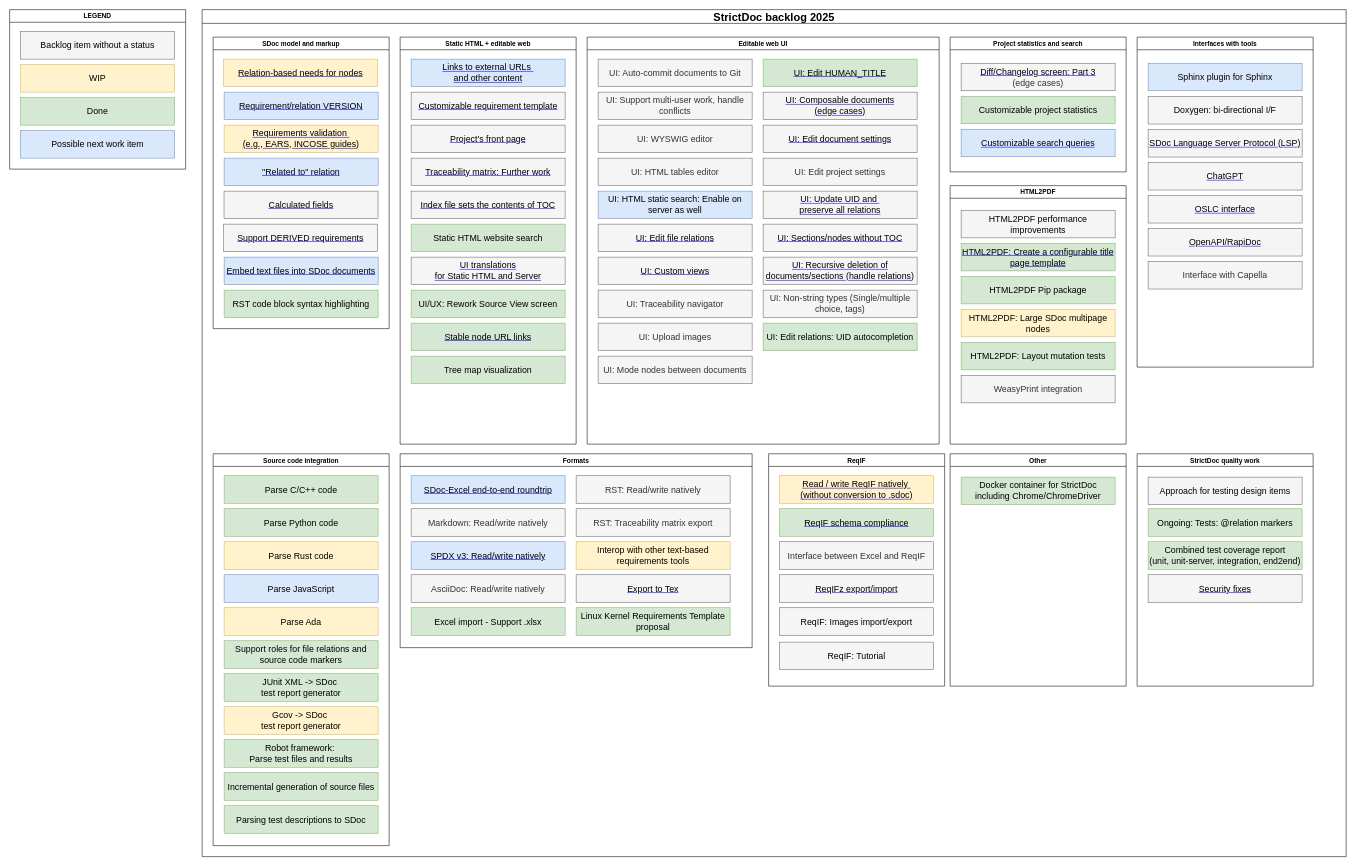
This is developer/drawio/Backlog.drawio from strictdoc-project/strictdoc, a draw.io file, before an edit. Source tidied: cells renumbered, new cells numbered last; positions are measured from the earlier drawing's top-left corner, leaving out a move shared by most shapes. Both pictures are drawn from the tidied source at 55%, with x=0, y=0 at pixel (9, 9).
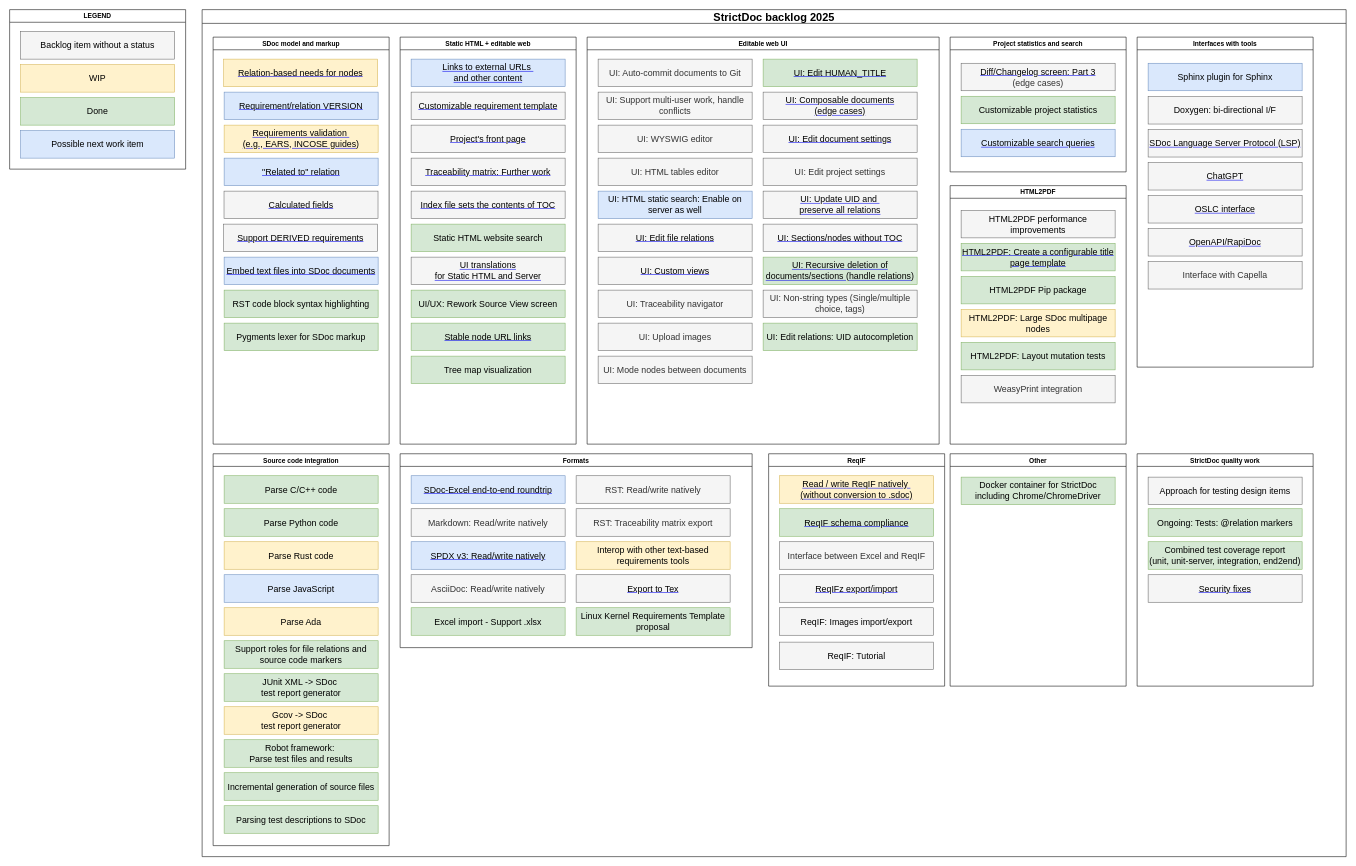
After the change.

The change refers to these unchanged cells:
```xml
<mxCell id="2" value="StrictDoc backlog 2025" style="swimlane;swimlaneFillColor=default;fontSize=20;startSize=25;" parent="1" vertex="1">
  <mxGeometry x="350" width="2080" height="1540" as="geometry" />
</mxCell>
<mxCell id="29" value="Editable web UI" style="swimlane;" parent="2" vertex="1">
  <mxGeometry x="700" y="50" width="640" height="740" as="geometry" />
</mxCell>
<mxCell id="68" value="Static HTML + editable web" style="swimlane;" parent="2" vertex="1">
  <mxGeometry x="360" y="50" width="320" height="740" as="geometry" />
</mxCell>
```

Change to the diagram source:
```diff
@@
     <mxCell id="21" value="SDoc model and markup" style="swimlane;" parent="2" vertex="1">
-      <mxGeometry x="20" y="50" width="320" height="530" as="geometry" />
+      <mxGeometry x="20" y="50" width="320" height="740" as="geometry" />
     </mxCell>
@@
-    <mxCell id="45" value="&lt;a href=&quot;https://github.com/strictdoc-project/strictdoc/issues/1001&quot;&gt;&lt;font style=&quot;color: rgb(0, 0, 0);&quot;&gt;UI: Recursive deletion of documents/sections (handle relations)&lt;/font&gt;&lt;/a&gt;" style="text;html=1;strokeColor=#666666;fillColor=#f5f5f5;align=center;verticalAlign=middle;whiteSpace=wrap;rounded=0;fontStyle=0;fontSize=16;fontColor=#333333;" parent="29" vertex="1">
+    <mxCell id="45" value="&lt;a href=&quot;https://github.com/strictdoc-project/strictdoc/issues/1001&quot;&gt;&lt;font style=&quot;color: rgb(0, 0, 0);&quot;&gt;UI: Recursive deletion of documents/sections (handle relations)&lt;/font&gt;&lt;/a&gt;" style="text;html=1;strokeColor=#82b366;fillColor=#d5e8d4;align=center;verticalAlign=middle;whiteSpace=wrap;rounded=0;fontStyle=0;fontSize=16;" parent="29" vertex="1">
       <mxGeometry x="320" y="400" width="280" height="50" as="geometry" />
     </mxCell>
@@
+    <mxCell id="104" value="&lt;font color=&quot;#000000&quot;&gt;Pygments lexer for SDoc markup&lt;/font&gt;" style="text;html=1;strokeColor=#82b366;fillColor=#d5e8d4;align=center;verticalAlign=middle;whiteSpace=wrap;rounded=0;fontStyle=0;fontSize=16;" parent="68" vertex="1">
+      <mxGeometry x="-320" y="520" width="280" height="50" as="geometry" />
+    </mxCell>
```
